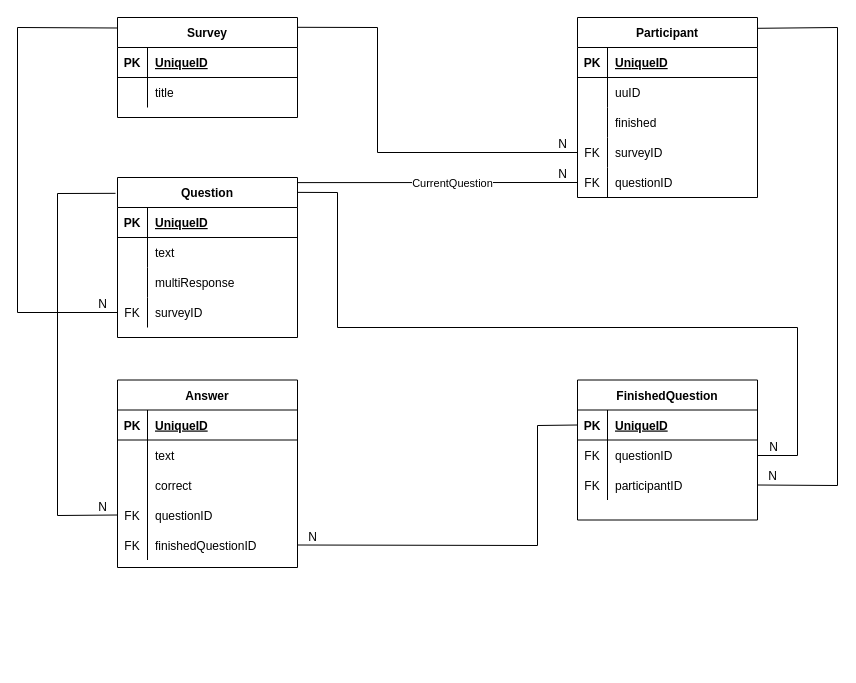
Before: docs/database.drawio in SATOCA/SATOCA, a draw.io diagram. Source tidied: cells renumbered, new cells numbered last; positions are measured from the earlier drawing's top-left corner, leaving out a move shared by most shapes. Both pictures are drawn from the tidied source at 100%, with x=0, y=0 at pixel (17, 17).
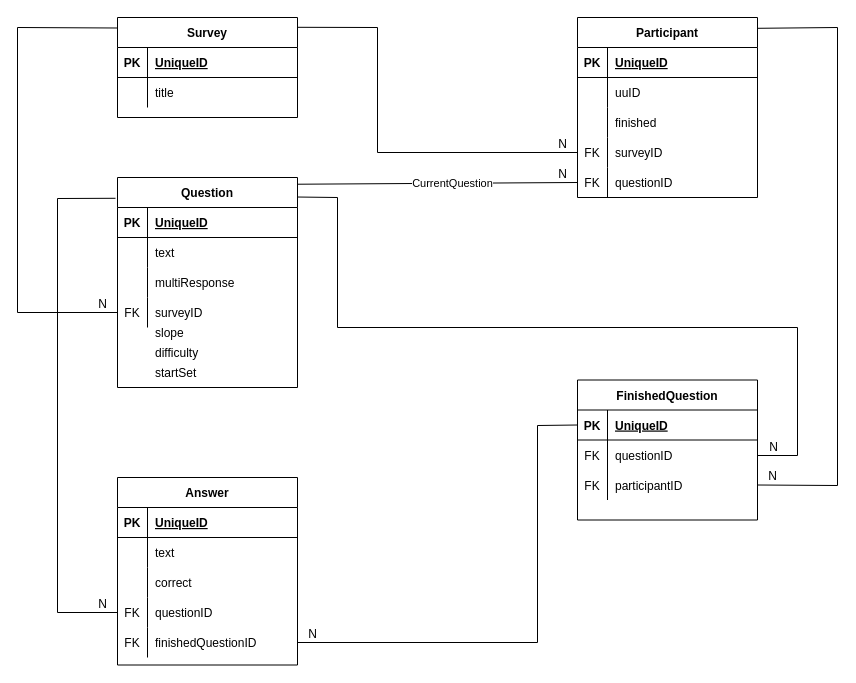
The same diagram, later.

The change refers to these unchanged cells:
```xml
<mxCell id="51" style="shape=partialRectangle;fillColor=none;top=0;left=0;bottom=0;right=0;points=[[0,0.5],[1,0.5]];portConstraint=eastwest;" parent="41" vertex="1">
  <mxGeometry y="120" width="180" height="30" as="geometry" />
</mxCell>
<mxCell id="54" style="shape=partialRectangle;fillColor=none;top=0;left=0;bottom=0;right=0;points=[[0,0.5],[1,0.5]];portConstraint=eastwest;" parent="41" vertex="1">
  <mxGeometry y="150" width="180" height="30" as="geometry" />
</mxCell>
<mxCell id="58" style="shape=partialRectangle;fillColor=none;top=0;left=0;bottom=1;right=0;points=[[0,0.5],[1,0.5]];portConstraint=eastwest;" parent="57" vertex="1">
  <mxGeometry y="30" width="180" height="30" as="geometry" />
</mxCell>
```

The edit, as a diff of the source:
```diff
@@
     <mxCell id="4" style="endArrow=none;html=1;rounded=0;exitX=0;exitY=0.5;exitDx=0;exitDy=0;entryX=1;entryY=0.5;entryDx=0;entryDy=0;" parent="1" edge="1" source="58" target="54">
       <mxGeometry relative="1" as="geometry">
         <Array as="points">
           <mxPoint x="520" y="408" />
-          <mxPoint x="520" y="528" />
+          <mxPoint x="520" y="625" />
         </Array>
       </mxGeometry>
     </mxCell>
@@
     <mxCell id="10" style="endArrow=none;html=1;rounded=0;exitX=-0.011;exitY=0.099;exitDx=0;exitDy=0;entryX=0;entryY=0.5;entryDx=0;entryDy=0;exitPerimeter=0;" parent="1" edge="1" source="12" target="51">
       <mxGeometry relative="1" as="geometry">
         <Array as="points">
-          <mxPoint x="40" y="176" />
-          <mxPoint x="40" y="498" />
+          <mxPoint x="40" y="181" />
+          <mxPoint x="40" y="595" />
         </Array>
       </mxGeometry>
     </mxCell>
@@
     <mxCell id="12" value="Question" style="shape=table;startSize=30;childLayout=tableLayout;rowLines=0;fontStyle=1;align=center;" parent="1" vertex="1">
-      <mxGeometry x="100" y="160" width="180" height="160" as="geometry" />
+      <mxGeometry x="100" y="160" width="180" height="210" as="geometry" />
     </mxCell>
@@
     <mxCell id="41" value="Answer" style="shape=table;startSize=30;childLayout=tableLayout;rowLines=0;fontStyle=1;align=center;" parent="1" vertex="1">
-      <mxGeometry x="100" y="362.5" width="180" height="187.5" as="geometry" />
+      <mxGeometry x="100" y="460" width="180" height="187.5" as="geometry" />
     </mxCell>
@@
     <mxCell id="67" style="endArrow=none;html=1;rounded=0;exitX=1;exitY=0.093;exitDx=0;exitDy=0;exitPerimeter=0;" parent="1" edge="1" source="12">
       <mxGeometry relative="1" as="geometry">
         <mxPoint x="740" y="438" as="targetPoint" />
         <Array as="points">
-          <mxPoint x="320" y="175" />
+          <mxPoint x="320" y="180" />
           <mxPoint x="320" y="310" />
           <mxPoint x="780" y="310" />
           <mxPoint x="780" y="438" />
         </Array>
       </mxGeometry>
     </mxCell>
@@
+    <mxCell id="79" value="slope" style="shape=partialRectangle;fillColor=none;top=0;left=0;bottom=0;right=0;align=left;spacingLeft=6;overflow=hidden;" parent="1" vertex="1">
+      <mxGeometry x="130" y="300" width="150" height="30" as="geometry" />
+    </mxCell>
+    <mxCell id="80" value="difficulty" style="shape=partialRectangle;fillColor=none;top=0;left=0;bottom=0;right=0;align=left;spacingLeft=6;overflow=hidden;" parent="1" vertex="1">
+      <mxGeometry x="130" y="320" width="150" height="30" as="geometry" />
+    </mxCell>
+    <mxCell id="81" value="startSet" style="shape=partialRectangle;fillColor=none;top=0;left=0;bottom=0;right=0;align=left;spacingLeft=6;overflow=hidden;" parent="1" vertex="1">
+      <mxGeometry x="130" y="340" width="150" height="30" as="geometry" />
+    </mxCell>
```
